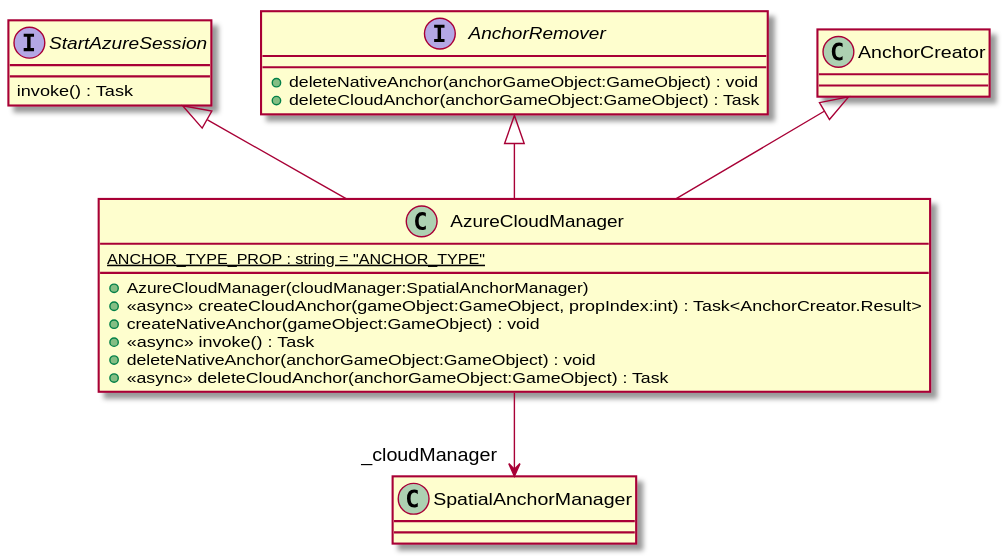
The PlantUML diagram UML/Assets/Scripts/AzureCloudManager.svg in DeNatur/ProductionFloorVisualization, before a commit.
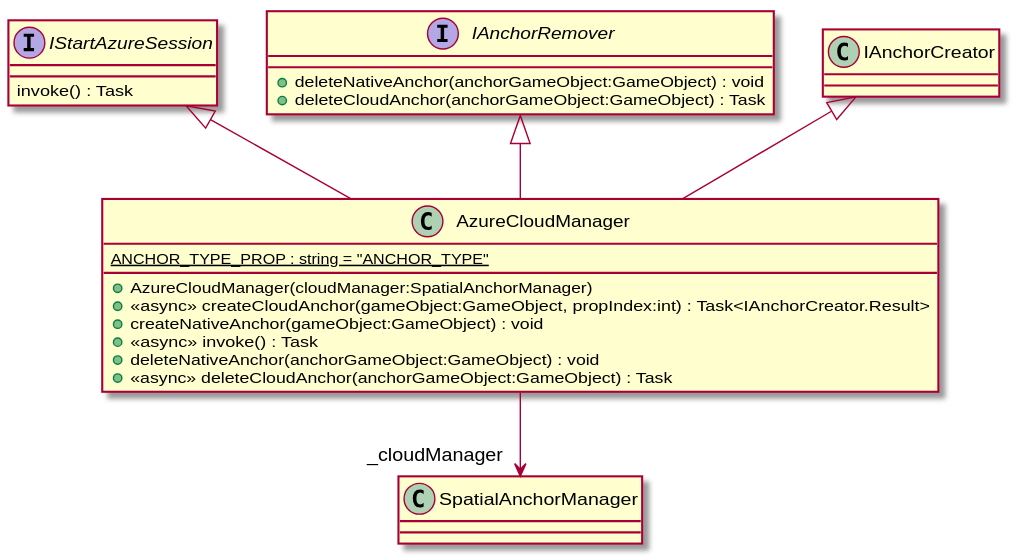
Later version of the same file.

Diff of the diagram source:
```diff
@@ -1,22 +1,22 @@
 @startuml
-interface StartAzureSession {
+interface IStartAzureSession {
     invoke() : Task
 }
-interface AnchorRemover {
+interface IAnchorRemover {
     + deleteNativeAnchor(anchorGameObject:GameObject) : void
     + deleteCloudAnchor(anchorGameObject:GameObject) : Task
 }
 class AzureCloudManager {
     {static} ANCHOR_TYPE_PROP : string = "ANCHOR_TYPE"
     + AzureCloudManager(cloudManager:SpatialAnchorManager)
-    + <<async>> createCloudAnchor(gameObject:GameObject, propIndex:int) : Task<AnchorCreator.Result>
+    + <<async>> createCloudAnchor(gameObject:GameObject, propIndex:int) : Task<IAnchorCreator.Result>
     + createNativeAnchor(gameObject:GameObject) : void
     + <<async>> invoke() : Task
     + deleteNativeAnchor(anchorGameObject:GameObject) : void
     + <<async>> deleteCloudAnchor(anchorGameObject:GameObject) : Task
 }
-AnchorCreator <|-- AzureCloudManager
-AnchorRemover <|-- AzureCloudManager
-StartAzureSession <|-- AzureCloudManager
+IAnchorCreator <|-- AzureCloudManager
+IAnchorRemover <|-- AzureCloudManager
+IStartAzureSession <|-- AzureCloudManager
 AzureCloudManager --> "_cloudManager" SpatialAnchorManager
 @enduml
```
